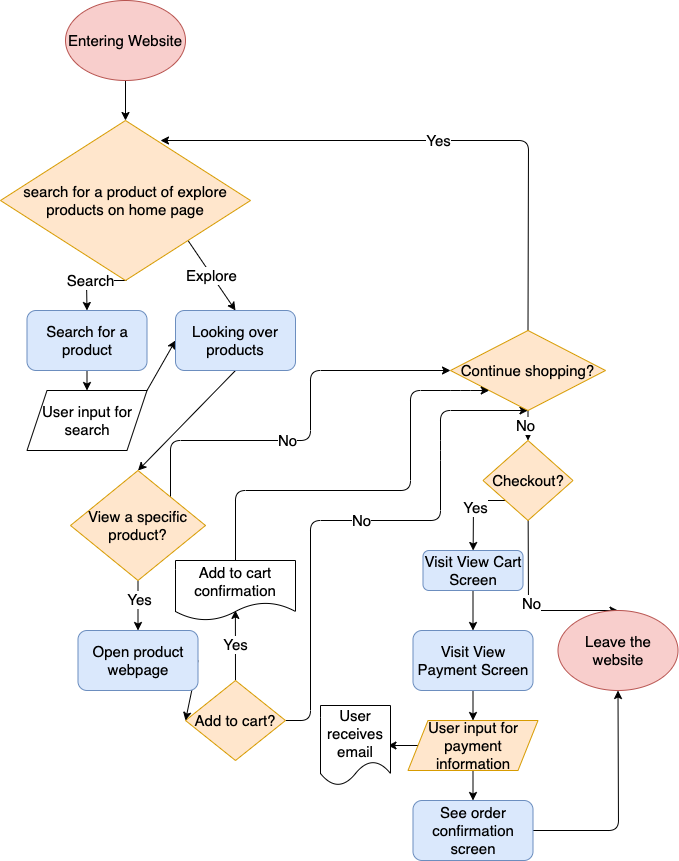
Before: explore/diagramming/diagram.drawio.png, a diagram exported from draw.io (ZhaoyuTina/fa22-cse110-lab4). Source tidied: cells renumbered, new cells last; positions are measured from the earlier drawing's top-left corner, leaving out a move shared by most shapes. Source of this version:
```xml
<mxGraphModel>
  <root>
    <mxCell id="0" />
    <mxCell id="1" parent="0" />
    <mxCell id="2" style="edgeStyle=none;html=1;exitX=0.5;exitY=1;exitDx=0;exitDy=0;entryX=0.5;entryY=0;entryDx=0;entryDy=0;fontSize=15;" parent="1" edge="1" source="3" target="10">
      <mxGeometry relative="1" as="geometry" />
    </mxCell>
    <mxCell id="3" value="&lt;font style=&quot;font-size: 15px&quot;&gt;Search for a product&lt;/font&gt;" style="rounded=1;whiteSpace=wrap;html=1;fillColor=#dae8fc;strokeColor=#6c8ebf;" parent="1" vertex="1">
      <mxGeometry x="26.5" y="310" width="120" height="60" as="geometry" />
    </mxCell>
    <mxCell id="4" style="edgeStyle=none;html=1;fontSize=15;" parent="1" edge="1" source="5" target="8">
      <mxGeometry relative="1" as="geometry" />
    </mxCell>
    <mxCell id="5" value="&lt;span&gt;Entering Website&lt;/span&gt;" style="ellipse;whiteSpace=wrap;html=1;fontSize=15;fillColor=#f8cecc;strokeColor=#b85450;" parent="1" vertex="1">
      <mxGeometry x="65" width="120" height="80" as="geometry" />
    </mxCell>
    <mxCell id="6" value="Search" style="edgeStyle=none;html=1;exitX=0.5;exitY=1;exitDx=0;exitDy=0;fontSize=15;entryX=0.5;entryY=0;entryDx=0;entryDy=0;" parent="1" edge="1" target="3">
      <mxGeometry relative="1" as="geometry">
        <mxPoint x="126" y="280" as="sourcePoint" />
        <Array as="points">
          <mxPoint x="86" y="280" />
        </Array>
      </mxGeometry>
    </mxCell>
    <mxCell id="7" value="Explore" style="edgeStyle=none;html=1;exitX=1;exitY=1;exitDx=0;exitDy=0;entryX=0.5;entryY=0;entryDx=0;entryDy=0;fontSize=15;" parent="1" edge="1" source="8" target="43">
      <mxGeometry relative="1" as="geometry" />
    </mxCell>
    <mxCell id="8" value="search for a product of explore products on home page" style="rhombus;whiteSpace=wrap;html=1;fontSize=15;labelBorderColor=none;horizontal=1;fillColor=#ffe6cc;strokeColor=#d79b00;" parent="1" vertex="1">
      <mxGeometry y="120" width="250" height="160" as="geometry" />
    </mxCell>
    <mxCell id="9" style="edgeStyle=none;html=1;exitX=1;exitY=0;exitDx=0;exitDy=0;entryX=0;entryY=0.5;entryDx=0;entryDy=0;fontSize=15;" parent="1" edge="1" source="10" target="43">
      <mxGeometry relative="1" as="geometry" />
    </mxCell>
    <mxCell id="10" value="User input for search" style="shape=parallelogram;perimeter=parallelogramPerimeter;whiteSpace=wrap;html=1;fixedSize=1;labelBorderColor=none;fontSize=15;" parent="1" vertex="1">
      <mxGeometry x="26.5" y="390" width="120" height="60" as="geometry" />
    </mxCell>
    <mxCell id="11" style="edgeStyle=none;html=1;exitX=0.5;exitY=1;exitDx=0;exitDy=0;entryX=0.5;entryY=0;entryDx=0;entryDy=0;fontSize=15;" parent="1" edge="1" source="14" target="23">
      <mxGeometry relative="1" as="geometry" />
    </mxCell>
    <mxCell id="12" value="Yes" style="edgeLabel;html=1;align=center;verticalAlign=middle;fontSize=15;" parent="11" vertex="1">
      <mxGeometry x="-0.3" relative="1" as="geometry" />
    </mxCell>
    <mxCell id="13" value="No" style="edgeStyle=none;html=1;exitX=1;exitY=0.5;exitDx=0;exitDy=0;entryX=0;entryY=0.5;entryDx=0;entryDy=0;fontSize=15;" parent="1" edge="1" source="14" target="21">
      <mxGeometry relative="1" as="geometry">
        <Array as="points">
          <mxPoint x="170" y="520" />
          <mxPoint x="170" y="440" />
          <mxPoint x="310" y="440" />
          <mxPoint x="310" y="370" />
        </Array>
      </mxGeometry>
    </mxCell>
    <mxCell id="14" value="View a specific product?" style="rhombus;whiteSpace=wrap;html=1;labelBorderColor=none;fontSize=15;fillColor=#ffe6cc;strokeColor=#d79b00;" parent="1" vertex="1">
      <mxGeometry x="70" y="470" width="135" height="110" as="geometry" />
    </mxCell>
    <mxCell id="15" value="Yes" style="edgeStyle=none;html=1;exitX=0.5;exitY=0;exitDx=0;exitDy=0;entryX=0.499;entryY=0.832;entryDx=0;entryDy=0;fontSize=15;entryPerimeter=0;" parent="1" edge="1" source="17" target="41">
      <mxGeometry relative="1" as="geometry" />
    </mxCell>
    <mxCell id="16" value="No" style="edgeStyle=none;html=1;exitX=1;exitY=0.5;exitDx=0;exitDy=0;fontSize=15;entryX=0.5;entryY=1;entryDx=0;entryDy=0;" parent="1" edge="1" source="17" target="21">
      <mxGeometry relative="1" as="geometry">
        <Array as="points">
          <mxPoint x="310" y="720" />
          <mxPoint x="310" y="520" />
          <mxPoint x="440" y="520" />
          <mxPoint x="440" y="450" />
          <mxPoint x="440" y="410" />
        </Array>
      </mxGeometry>
    </mxCell>
    <mxCell id="17" value="Add to cart?" style="rhombus;whiteSpace=wrap;html=1;labelBorderColor=none;fontSize=15;fillColor=#ffe6cc;strokeColor=#d79b00;" parent="1" vertex="1">
      <mxGeometry x="185" y="680" width="100" height="80" as="geometry" />
    </mxCell>
    <mxCell id="18" style="edgeStyle=none;html=1;fontSize=15;" parent="1" edge="1" source="21" target="28">
      <mxGeometry relative="1" as="geometry" />
    </mxCell>
    <mxCell id="19" value="No" style="edgeLabel;html=1;align=center;verticalAlign=middle;fontSize=15;" parent="18" vertex="1">
      <mxGeometry x="-0.09" y="-3" relative="1" as="geometry">
        <mxPoint x="-1" as="offset" />
      </mxGeometry>
    </mxCell>
    <mxCell id="20" value="Yes" style="edgeStyle=none;html=1;exitX=0.5;exitY=0;exitDx=0;exitDy=0;fontSize=15;entryX=0.64;entryY=0.125;entryDx=0;entryDy=0;entryPerimeter=0;" parent="1" edge="1" source="21" target="8">
      <mxGeometry relative="1" as="geometry">
        <Array as="points">
          <mxPoint x="528" y="140" />
        </Array>
      </mxGeometry>
    </mxCell>
    <mxCell id="21" value="Continue shopping?" style="rhombus;whiteSpace=wrap;html=1;labelBorderColor=none;fontSize=15;fillColor=#ffe6cc;strokeColor=#d79b00;" parent="1" vertex="1">
      <mxGeometry x="450" y="330" width="155" height="80" as="geometry" />
    </mxCell>
    <mxCell id="22" style="edgeStyle=none;html=1;exitX=1;exitY=0.5;exitDx=0;exitDy=0;entryX=0;entryY=0.5;entryDx=0;entryDy=0;fontSize=15;" parent="1" edge="1" source="23" target="17">
      <mxGeometry relative="1" as="geometry" />
    </mxCell>
    <mxCell id="23" value="Open product webpage" style="rounded=1;whiteSpace=wrap;html=1;labelBorderColor=none;fontSize=15;fillColor=#dae8fc;strokeColor=#6c8ebf;" parent="1" vertex="1">
      <mxGeometry x="77.5" y="630" width="120" height="60" as="geometry" />
    </mxCell>
    <mxCell id="24" style="edgeStyle=none;html=1;exitX=0;exitY=1;exitDx=0;exitDy=0;fontSize=15;" parent="1" edge="1" source="28" target="30">
      <mxGeometry relative="1" as="geometry">
        <Array as="points">
          <mxPoint x="473" y="500" />
        </Array>
      </mxGeometry>
    </mxCell>
    <mxCell id="25" value="Yes" style="edgeLabel;html=1;align=center;verticalAlign=middle;fontSize=15;" parent="24" vertex="1">
      <mxGeometry x="-0.06" y="1" relative="1" as="geometry" />
    </mxCell>
    <mxCell id="26" style="edgeStyle=none;html=1;fontSize=15;entryX=0.5;entryY=0;entryDx=0;entryDy=0;" parent="1" edge="1" source="28" target="39">
      <mxGeometry relative="1" as="geometry">
        <Array as="points">
          <mxPoint x="528" y="610" />
        </Array>
      </mxGeometry>
    </mxCell>
    <mxCell id="27" value="No" style="edgeLabel;html=1;align=center;verticalAlign=middle;fontSize=15;" parent="26" vertex="1">
      <mxGeometry x="-0.09" y="2" relative="1" as="geometry" />
    </mxCell>
    <mxCell id="28" value="Checkout?" style="rhombus;whiteSpace=wrap;html=1;labelBorderColor=none;fontSize=15;fillColor=#ffe6cc;strokeColor=#d79b00;" parent="1" vertex="1">
      <mxGeometry x="482.5" y="440" width="90" height="80" as="geometry" />
    </mxCell>
    <mxCell id="29" style="edgeStyle=none;html=1;fontSize=15;entryX=0.5;entryY=0;entryDx=0;entryDy=0;" parent="1" edge="1" source="30" target="32">
      <mxGeometry relative="1" as="geometry" />
    </mxCell>
    <mxCell id="30" value="Visit View Cart Screen" style="rounded=1;whiteSpace=wrap;html=1;labelBorderColor=none;fontSize=15;fillColor=#dae8fc;strokeColor=#6c8ebf;" parent="1" vertex="1">
      <mxGeometry x="422.5" y="550" width="100" height="40" as="geometry" />
    </mxCell>
    <mxCell id="31" style="edgeStyle=none;html=1;fontSize=15;" parent="1" edge="1" source="32">
      <mxGeometry relative="1" as="geometry">
        <mxPoint x="472.5" y="720" as="targetPoint" />
      </mxGeometry>
    </mxCell>
    <mxCell id="32" value="Visit View Payment Screen" style="rounded=1;whiteSpace=wrap;html=1;labelBorderColor=none;fontSize=15;fillColor=#dae8fc;strokeColor=#6c8ebf;" parent="1" vertex="1">
      <mxGeometry x="412.5" y="630" width="120" height="60" as="geometry" />
    </mxCell>
    <mxCell id="33" style="edgeStyle=none;html=1;fontSize=15;" parent="1" edge="1" target="35">
      <mxGeometry relative="1" as="geometry">
        <mxPoint x="472.5" y="770" as="sourcePoint" />
      </mxGeometry>
    </mxCell>
    <mxCell id="34" style="edgeStyle=none;html=1;exitX=1;exitY=0.5;exitDx=0;exitDy=0;fontSize=15;" parent="1" edge="1" source="35" target="39">
      <mxGeometry relative="1" as="geometry">
        <Array as="points">
          <mxPoint x="618" y="830" />
        </Array>
      </mxGeometry>
    </mxCell>
    <mxCell id="35" value="See order confirmation screen" style="rounded=1;whiteSpace=wrap;html=1;labelBorderColor=none;fontSize=15;fillColor=#dae8fc;strokeColor=#6c8ebf;" parent="1" vertex="1">
      <mxGeometry x="412.5" y="800" width="120" height="60" as="geometry" />
    </mxCell>
    <mxCell id="36" style="edgeStyle=none;html=1;exitX=0;exitY=0.5;exitDx=0;exitDy=0;fontSize=15;" parent="1" edge="1" source="37">
      <mxGeometry relative="1" as="geometry">
        <mxPoint x="387.5" y="745" as="targetPoint" />
      </mxGeometry>
    </mxCell>
    <mxCell id="37" value="User input for payment information" style="shape=parallelogram;perimeter=parallelogramPerimeter;whiteSpace=wrap;html=1;fixedSize=1;labelBorderColor=none;fontSize=15;fillColor=#ffe6cc;strokeColor=#d79b00;" parent="1" vertex="1">
      <mxGeometry x="407.5" y="720" width="130" height="50" as="geometry" />
    </mxCell>
    <mxCell id="38" value="User receives email" style="shape=document;whiteSpace=wrap;html=1;boundedLbl=1;labelBorderColor=none;fontSize=15;" parent="1" vertex="1">
      <mxGeometry x="320" y="705" width="70" height="80" as="geometry" />
    </mxCell>
    <mxCell id="39" value="Leave the website" style="ellipse;whiteSpace=wrap;html=1;labelBorderColor=none;fontSize=15;fillColor=#f8cecc;strokeColor=#b85450;" parent="1" vertex="1">
      <mxGeometry x="557.5" y="610" width="120" height="80" as="geometry" />
    </mxCell>
    <mxCell id="40" style="edgeStyle=none;html=1;exitX=0.5;exitY=0;exitDx=0;exitDy=0;fontSize=15;entryX=0;entryY=1;entryDx=0;entryDy=0;" parent="1" edge="1" source="41" target="21">
      <mxGeometry relative="1" as="geometry">
        <Array as="points">
          <mxPoint x="235" y="490" />
          <mxPoint x="410" y="490" />
          <mxPoint x="410" y="390" />
          <mxPoint x="460" y="390" />
        </Array>
      </mxGeometry>
    </mxCell>
    <mxCell id="41" value="Add to cart confirmation" style="shape=document;whiteSpace=wrap;html=1;boundedLbl=1;labelBorderColor=none;fontSize=15;" parent="1" vertex="1">
      <mxGeometry x="175" y="560" width="120" height="60" as="geometry" />
    </mxCell>
    <mxCell id="42" style="edgeStyle=none;html=1;exitX=0.5;exitY=1;exitDx=0;exitDy=0;entryX=0.5;entryY=0;entryDx=0;entryDy=0;fontSize=15;" parent="1" edge="1" source="43" target="14">
      <mxGeometry relative="1" as="geometry" />
    </mxCell>
    <mxCell id="43" value="&lt;font style=&quot;font-size: 15px&quot;&gt;Looking over products&lt;/font&gt;" style="rounded=1;whiteSpace=wrap;html=1;fillColor=#dae8fc;strokeColor=#6c8ebf;" parent="1" vertex="1">
      <mxGeometry x="175" y="310" width="120" height="60" as="geometry" />
    </mxCell>
  </root>
</mxGraphModel>
```
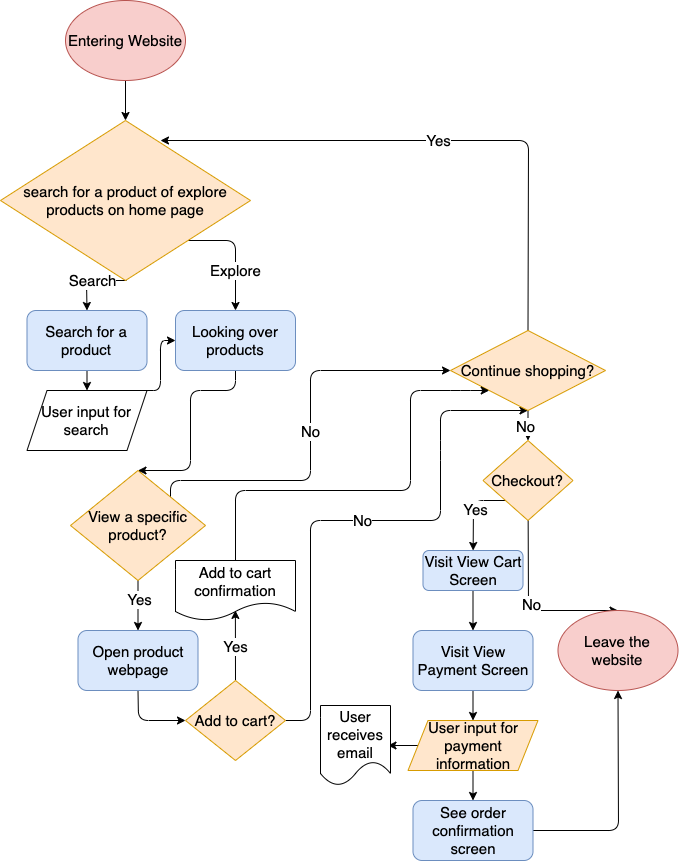
Above is the later version.

Change to the diagram source:
```diff
@@ -23,13 +23,22 @@
       </mxGeometry>
     </mxCell>
     <mxCell id="7" value="Explore" style="edgeStyle=none;html=1;exitX=1;exitY=1;exitDx=0;exitDy=0;entryX=0.5;entryY=0;entryDx=0;entryDy=0;fontSize=15;" parent="1" edge="1" source="8" target="43">
-      <mxGeometry relative="1" as="geometry" />
+      <mxGeometry x="0.32" relative="1" as="geometry">
+        <Array as="points">
+          <mxPoint x="235" y="240" />
+        </Array>
+      </mxGeometry>
     </mxCell>
     <mxCell id="8" value="search for a product of explore products on home page" style="rhombus;whiteSpace=wrap;html=1;fontSize=15;labelBorderColor=none;horizontal=1;fillColor=#ffe6cc;strokeColor=#d79b00;" parent="1" vertex="1">
       <mxGeometry y="120" width="250" height="160" as="geometry" />
     </mxCell>
     <mxCell id="9" style="edgeStyle=none;html=1;exitX=1;exitY=0;exitDx=0;exitDy=0;entryX=0;entryY=0.5;entryDx=0;entryDy=0;fontSize=15;" parent="1" edge="1" source="10" target="43">
-      <mxGeometry relative="1" as="geometry" />
+      <mxGeometry relative="1" as="geometry">
+        <Array as="points">
+          <mxPoint x="160" y="390" />
+          <mxPoint x="160" y="340" />
+        </Array>
+      </mxGeometry>
     </mxCell>
     <mxCell id="10" value="User input for search" style="shape=parallelogram;perimeter=parallelogramPerimeter;whiteSpace=wrap;html=1;fixedSize=1;labelBorderColor=none;fontSize=15;" parent="1" vertex="1">
       <mxGeometry x="26.5" y="390" width="120" height="60" as="geometry" />
@@ -40,12 +49,13 @@
     <mxCell id="12" value="Yes" style="edgeLabel;html=1;align=center;verticalAlign=middle;fontSize=15;" parent="11" vertex="1">
       <mxGeometry x="-0.3" relative="1" as="geometry" />
     </mxCell>
-    <mxCell id="13" value="No" style="edgeStyle=none;html=1;exitX=1;exitY=0.5;exitDx=0;exitDy=0;entryX=0;entryY=0.5;entryDx=0;entryDy=0;fontSize=15;" parent="1" edge="1" source="14" target="21">
-      <mxGeometry relative="1" as="geometry">
+    <mxCell id="13" value="No" style="edgeStyle=none;html=1;entryX=0;entryY=0.5;entryDx=0;entryDy=0;fontSize=15;" parent="1" edge="1" target="21">
+      <mxGeometry x="0.11" relative="1" as="geometry">
+        <mxPoint x="170" y="500" as="sourcePoint" />
         <Array as="points">
           <mxPoint x="170" y="520" />
-          <mxPoint x="170" y="440" />
-          <mxPoint x="310" y="440" />
+          <mxPoint x="170" y="480" />
+          <mxPoint x="310" y="480" />
           <mxPoint x="310" y="370" />
         </Array>
       </mxGeometry>
@@ -88,8 +98,12 @@
     <mxCell id="21" value="Continue shopping?" style="rhombus;whiteSpace=wrap;html=1;labelBorderColor=none;fontSize=15;fillColor=#ffe6cc;strokeColor=#d79b00;" parent="1" vertex="1">
       <mxGeometry x="450" y="330" width="155" height="80" as="geometry" />
     </mxCell>
-    <mxCell id="22" style="edgeStyle=none;html=1;exitX=1;exitY=0.5;exitDx=0;exitDy=0;entryX=0;entryY=0.5;entryDx=0;entryDy=0;fontSize=15;" parent="1" edge="1" source="23" target="17">
-      <mxGeometry relative="1" as="geometry" />
+    <mxCell id="22" style="edgeStyle=none;html=1;exitX=0.5;exitY=1;exitDx=0;exitDy=0;entryX=0;entryY=0.5;entryDx=0;entryDy=0;fontSize=15;" parent="1" edge="1" source="23" target="17">
+      <mxGeometry relative="1" as="geometry">
+        <Array as="points">
+          <mxPoint x="138" y="720" />
+        </Array>
+      </mxGeometry>
     </mxCell>
     <mxCell id="23" value="Open product webpage" style="rounded=1;whiteSpace=wrap;html=1;labelBorderColor=none;fontSize=15;fillColor=#dae8fc;strokeColor=#6c8ebf;" parent="1" vertex="1">
       <mxGeometry x="77.5" y="630" width="120" height="60" as="geometry" />
@@ -174,7 +188,13 @@
       <mxGeometry x="175" y="560" width="120" height="60" as="geometry" />
     </mxCell>
     <mxCell id="42" style="edgeStyle=none;html=1;exitX=0.5;exitY=1;exitDx=0;exitDy=0;entryX=0.5;entryY=0;entryDx=0;entryDy=0;fontSize=15;" parent="1" edge="1" source="43" target="14">
-      <mxGeometry relative="1" as="geometry" />
+      <mxGeometry relative="1" as="geometry">
+        <Array as="points">
+          <mxPoint x="235" y="390" />
+          <mxPoint x="190" y="390" />
+          <mxPoint x="190" y="470" />
+        </Array>
+      </mxGeometry>
     </mxCell>
     <mxCell id="43" value="&lt;font style=&quot;font-size: 15px&quot;&gt;Looking over products&lt;/font&gt;" style="rounded=1;whiteSpace=wrap;html=1;fillColor=#dae8fc;strokeColor=#6c8ebf;" parent="1" vertex="1">
       <mxGeometry x="175" y="310" width="120" height="60" as="geometry" />
```
